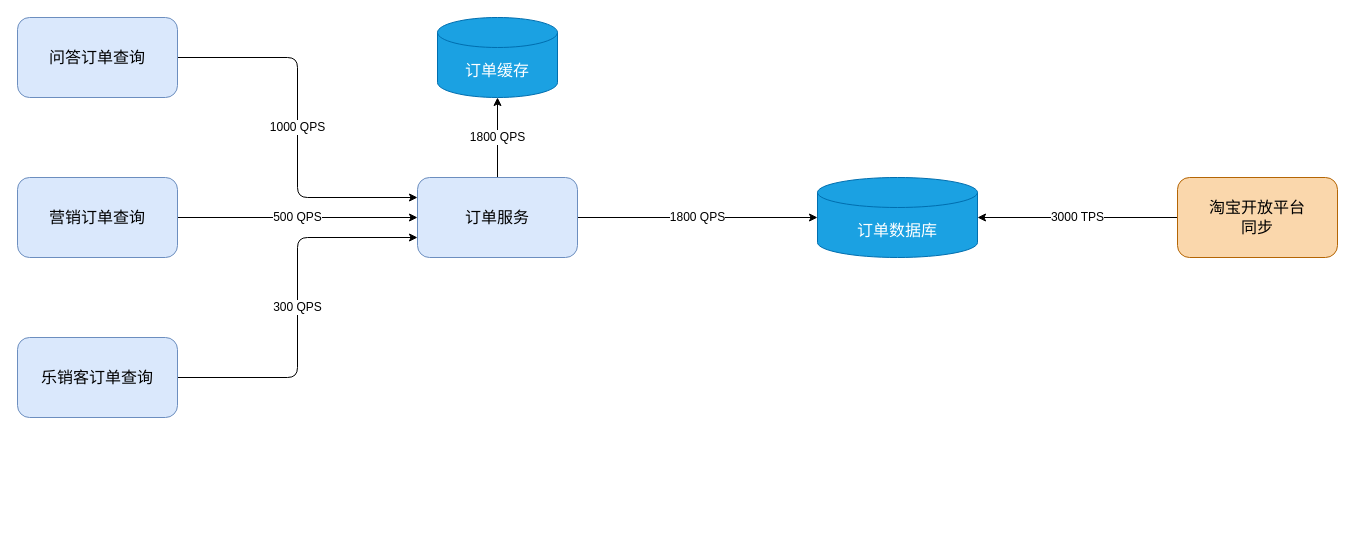
Earlier version of the draw.io diagram leyan/容量规划-订单服务.drawio (GeekKwok/UML). Source tidied: cells renumbered, new cells numbered last; positions are measured from the earlier drawing's top-left corner, leaving out a move shared by most shapes. Both pictures are drawn from the tidied source at 100%, with x=0, y=0 at pixel (17, 17).
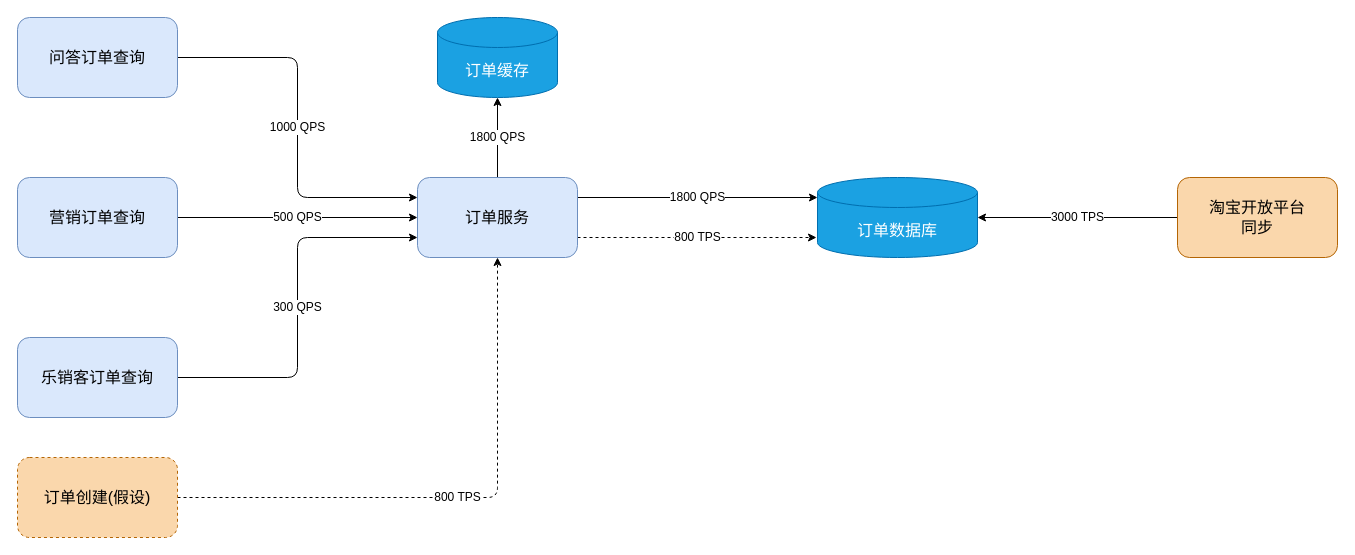
The same page after the edit.

Commit message (it also covers changes not shown here):
Update 容量规划-订单服务.drawio

Diff of the diagram source:
```diff
@@
 <mxGraphModel>
   <root>
     <mxCell id="0" />
     <mxCell id="1" parent="0" />
     <mxCell id="2" value="1000 QPS" style="edgeStyle=orthogonalEdgeStyle;rounded=1;jettySize=auto;html=1;exitX=1;exitY=0.5;exitDx=0;exitDy=0;entryX=0;entryY=0.25;entryDx=0;entryDy=0;fontSize=12;" parent="1" edge="1" source="3" target="10">
       <mxGeometry relative="1" as="geometry" />
     </mxCell>
     <mxCell id="3" value="&lt;font style=&quot;font-size: 16px&quot;&gt;问答订单查询&lt;/font&gt;" style="rounded=1;whiteSpace=wrap;html=1;fillColor=#dae8fc;strokeColor=#6c8ebf;" parent="1" vertex="1">
       <mxGeometry width="160" height="80" as="geometry" />
     </mxCell>
     <mxCell id="4" value="500 QPS" style="edgeStyle=orthogonalEdgeStyle;rounded=0;jettySize=auto;html=1;exitX=1;exitY=0.5;exitDx=0;exitDy=0;entryX=0;entryY=0.5;entryDx=0;entryDy=0;fontSize=12;" parent="1" edge="1" source="5" target="10">
       <mxGeometry relative="1" as="geometry" />
     </mxCell>
     <mxCell id="5" value="&lt;font style=&quot;font-size: 16px&quot;&gt;营销订单查询&lt;/font&gt;" style="rounded=1;whiteSpace=wrap;html=1;fillColor=#dae8fc;strokeColor=#6c8ebf;" parent="1" vertex="1">
       <mxGeometry y="160" width="160" height="80" as="geometry" />
     </mxCell>
     <mxCell id="6" value="300 QPS" style="edgeStyle=orthogonalEdgeStyle;rounded=1;jettySize=auto;html=1;exitX=1;exitY=0.5;exitDx=0;exitDy=0;entryX=0;entryY=0.75;entryDx=0;entryDy=0;fontSize=12;" parent="1" edge="1" source="7" target="10">
       <mxGeometry relative="1" as="geometry" />
     </mxCell>
     <mxCell id="7" value="&lt;font style=&quot;font-size: 16px&quot;&gt;乐销客订单查询&lt;/font&gt;" style="rounded=1;whiteSpace=wrap;html=1;fillColor=#dae8fc;strokeColor=#6c8ebf;" parent="1" vertex="1">
       <mxGeometry y="320" width="160" height="80" as="geometry" />
     </mxCell>
-    <mxCell id="8" value="1800 QPS" style="edgeStyle=orthogonalEdgeStyle;rounded=1;jettySize=auto;html=1;exitX=1;exitY=0.5;exitDx=0;exitDy=0;entryX=0;entryY=0.5;entryDx=0;entryDy=0;entryPerimeter=0;fontSize=12;" parent="1" edge="1" source="10" target="11">
+    <mxCell id="8" value="1800 QPS" style="edgeStyle=orthogonalEdgeStyle;rounded=1;jettySize=auto;html=1;exitX=1;exitY=0.25;exitDx=0;exitDy=0;entryX=0;entryY=0.25;entryDx=0;entryDy=0;entryPerimeter=0;fontSize=12;" parent="1" edge="1" source="10" target="11">
       <mxGeometry relative="1" as="geometry" />
     </mxCell>
     <mxCell id="9" value="1800 QPS" style="edgeStyle=orthogonalEdgeStyle;rounded=1;jettySize=auto;html=1;exitX=0.5;exitY=0;exitDx=0;exitDy=0;entryX=0.5;entryY=1;entryDx=0;entryDy=0;entryPerimeter=0;fontSize=12;" parent="1" edge="1" source="10" target="12">
       <mxGeometry relative="1" as="geometry" />
     </mxCell>
+    <mxCell id="15" value="800 TPS" style="edgeStyle=orthogonalEdgeStyle;rounded=1;jettySize=auto;html=1;exitX=1;exitY=0.75;exitDx=0;exitDy=0;dashed=1;fontSize=12;" parent="1" edge="1" source="10">
+      <mxGeometry relative="1" as="geometry">
+        <mxPoint x="799" y="220" as="targetPoint" />
+        <Array as="points">
+          <mxPoint x="799" y="220" />
+          <mxPoint x="799" y="220" />
+        </Array>
+      </mxGeometry>
+    </mxCell>
     <mxCell id="10" value="&lt;font style=&quot;font-size: 16px&quot;&gt;订单服务&lt;/font&gt;" style="rounded=1;whiteSpace=wrap;html=1;fillColor=#dae8fc;strokeColor=#6c8ebf;" parent="1" vertex="1">
       <mxGeometry x="400" y="160" width="160" height="80" as="geometry" />
     </mxCell>
     <mxCell id="11" value="&lt;font style=&quot;font-size: 16px&quot;&gt;订单数据库&lt;/font&gt;" style="shape=cylinder3;whiteSpace=wrap;html=1;boundedLbl=1;backgroundOutline=1;size=15;fillColor=#1ba1e2;strokeColor=#006EAF;fontColor=#ffffff;" parent="1" vertex="1">
       <mxGeometry x="800" y="160" width="160" height="80" as="geometry" />
     </mxCell>
     <mxCell id="12" value="&lt;font style=&quot;font-size: 16px&quot;&gt;订单缓存&lt;/font&gt;" style="shape=cylinder3;whiteSpace=wrap;html=1;boundedLbl=1;backgroundOutline=1;size=15;fillColor=#1ba1e2;strokeColor=#006EAF;fontColor=#ffffff;" parent="1" vertex="1">
       <mxGeometry x="420" width="120" height="80" as="geometry" />
     </mxCell>
     <mxCell id="13" value="3000 TPS" style="edgeStyle=orthogonalEdgeStyle;rounded=1;jettySize=auto;html=1;exitX=0;exitY=0.5;exitDx=0;exitDy=0;fontSize=12;" parent="1" edge="1" source="14" target="11">
       <mxGeometry relative="1" as="geometry" />
     </mxCell>
     <mxCell id="14" value="&lt;font style=&quot;font-size: 16px&quot;&gt;淘宝开放平台&lt;br&gt;同步&lt;/font&gt;" style="rounded=1;whiteSpace=wrap;html=1;fontSize=12;fillColor=#fad7ac;strokeColor=#b46504;" parent="1" vertex="1">
       <mxGeometry x="1160" y="160" width="160" height="80" as="geometry" />
     </mxCell>
+    <mxCell id="16" value="800 TPS" style="edgeStyle=orthogonalEdgeStyle;rounded=1;jettySize=auto;html=1;exitX=1;exitY=0.5;exitDx=0;exitDy=0;fontSize=12;dashed=1;" parent="1" edge="1" source="17" target="10">
+      <mxGeometry relative="1" as="geometry" />
+    </mxCell>
+    <mxCell id="17" value="&lt;font style=&quot;font-size: 16px&quot;&gt;订单创建(假设)&lt;/font&gt;" style="rounded=1;whiteSpace=wrap;html=1;fillColor=#fad7ac;strokeColor=#b46504;dashed=1;" parent="1" vertex="1">
+      <mxGeometry y="440" width="160" height="80" as="geometry" />
+    </mxCell>
   </root>
 </mxGraphModel>
```
